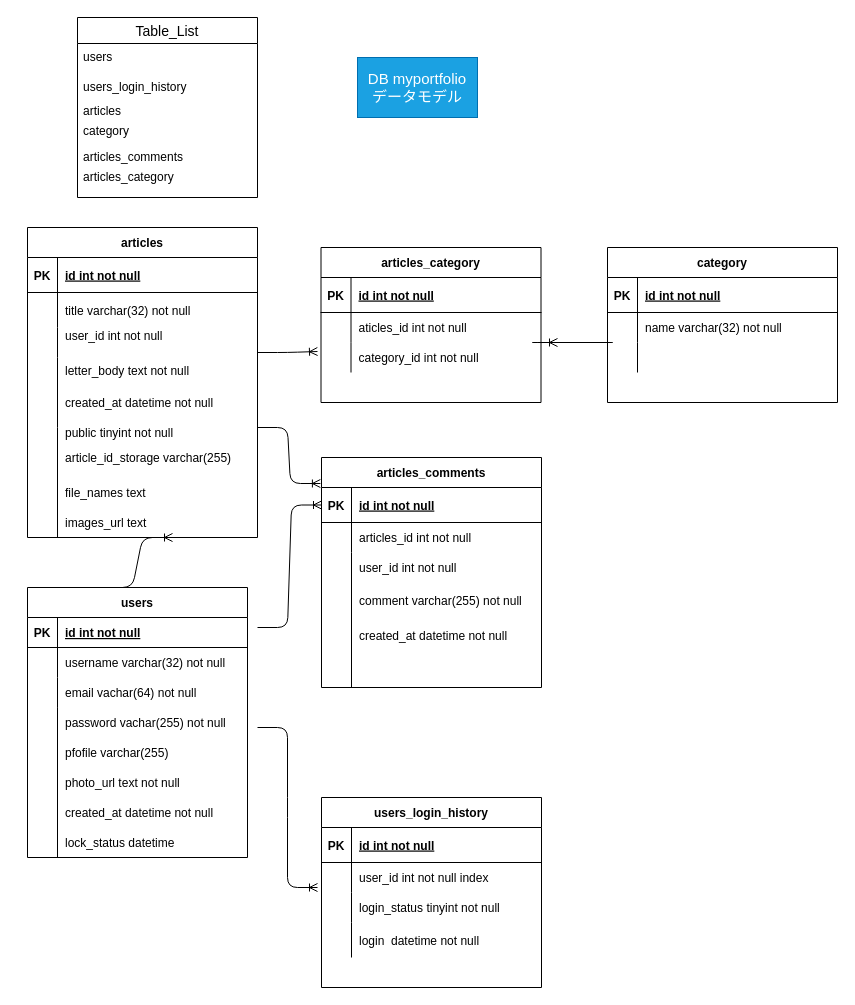
The draw.io diagram db.dio in hirohana/technologypost-backend, before the edit. Source tidied: cells renumbered, new cells numbered last; positions are measured from the earlier drawing's top-left corner, leaving out a move shared by most shapes. Both pictures are drawn from the tidied source at 100%, with x=0, y=0 at pixel (17, 17).
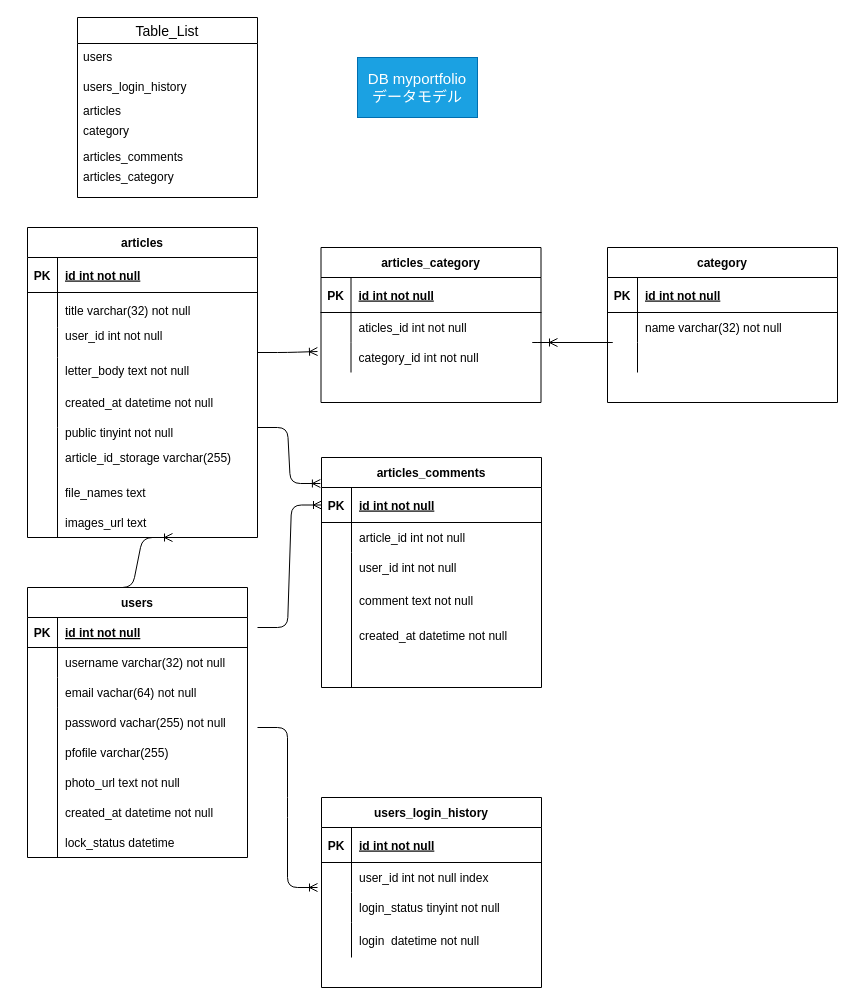
Above is the later version.

Unchanged cells that the change refers to:
```xml
<mxCell id="86" style="shape=partialRectangle;fillColor=none;top=0;left=0;bottom=0;right=0;" parent="82" vertex="1">
  <mxGeometry y="65" width="220" height="30" as="geometry" />
</mxCell>
<mxCell id="92" style="shape=partialRectangle;fillColor=none;top=0;left=0;bottom=0;right=0;" parent="82" vertex="1">
  <mxGeometry y="125" width="220" height="35" as="geometry" />
</mxCell>
```

Diff of the diagram source:
```diff
@@
-    <mxCell id="88" value="articles_id int not null" style="shape=partialRectangle;fillColor=none;top=0;left=0;bottom=0;right=0;align=left;spacingLeft=6;overflow=hidden;" parent="86" vertex="1">
+    <mxCell id="88" value="article_id int not null" style="shape=partialRectangle;fillColor=none;top=0;left=0;bottom=0;right=0;align=left;spacingLeft=6;overflow=hidden;" parent="86" vertex="1">
       <mxGeometry x="30" width="190" height="30" as="geometry" />
     </mxCell>
@@
-    <mxCell id="94" value="comment varchar(255) not null" style="shape=partialRectangle;fillColor=none;top=0;left=0;bottom=0;right=0;align=left;spacingLeft=6;overflow=hidden;" parent="92" vertex="1">
+    <mxCell id="94" value="comment text not null" style="shape=partialRectangle;fillColor=none;top=0;left=0;bottom=0;right=0;align=left;spacingLeft=6;overflow=hidden;" parent="92" vertex="1">
       <mxGeometry x="30" width="190" height="35" as="geometry" />
     </mxCell>
```
